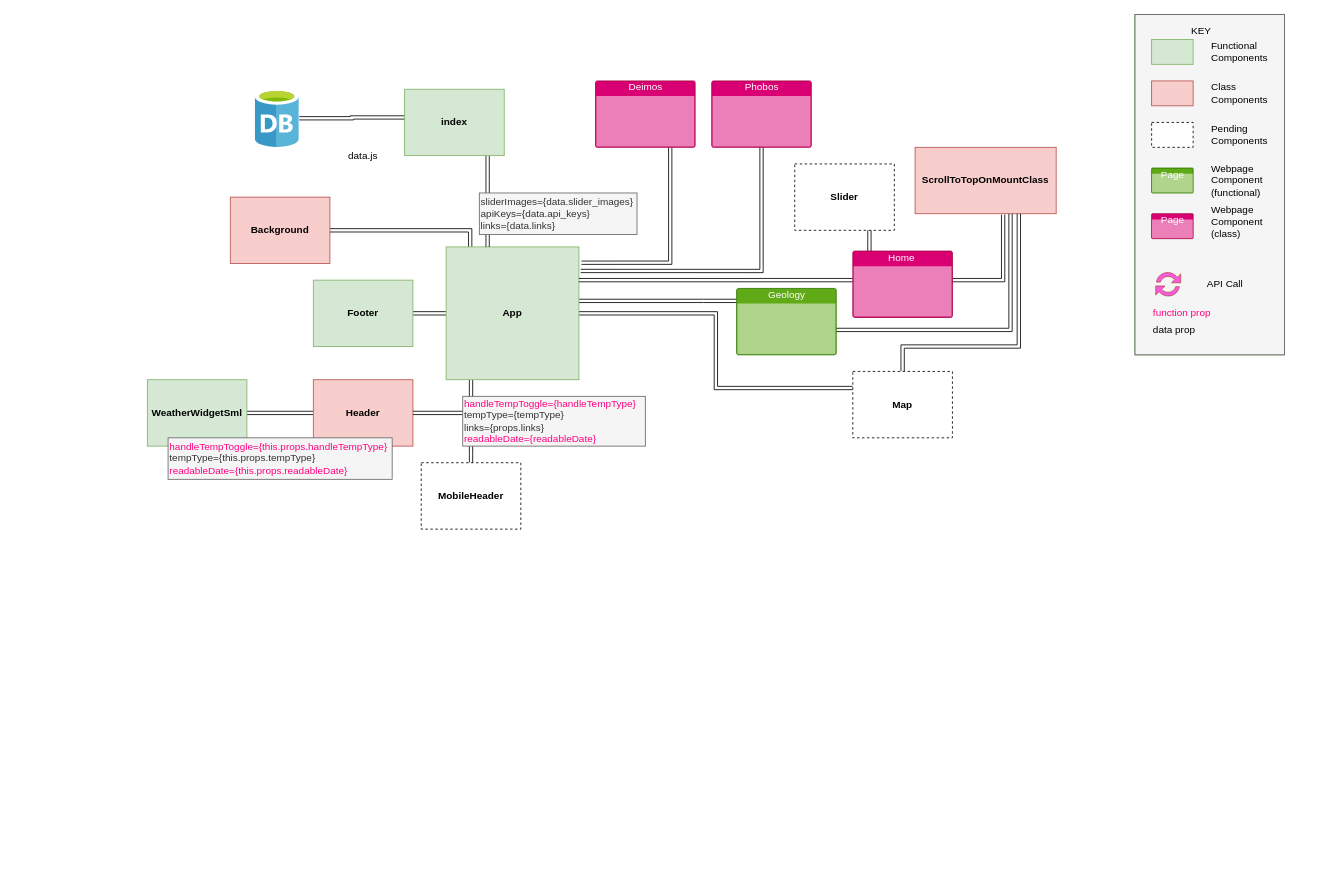
Above: project-planning/Untitled Diagram.drawio in joeyhutchinson/react-project-v2 (draw.io), before the change. Source tidied: cells renumbered, new cells numbered last; positions are measured from the earlier drawing's top-left corner, leaving out a move shared by most shapes. Both pictures are drawn from the tidied source at 83%, with x=0, y=0 at pixel (147, 14).
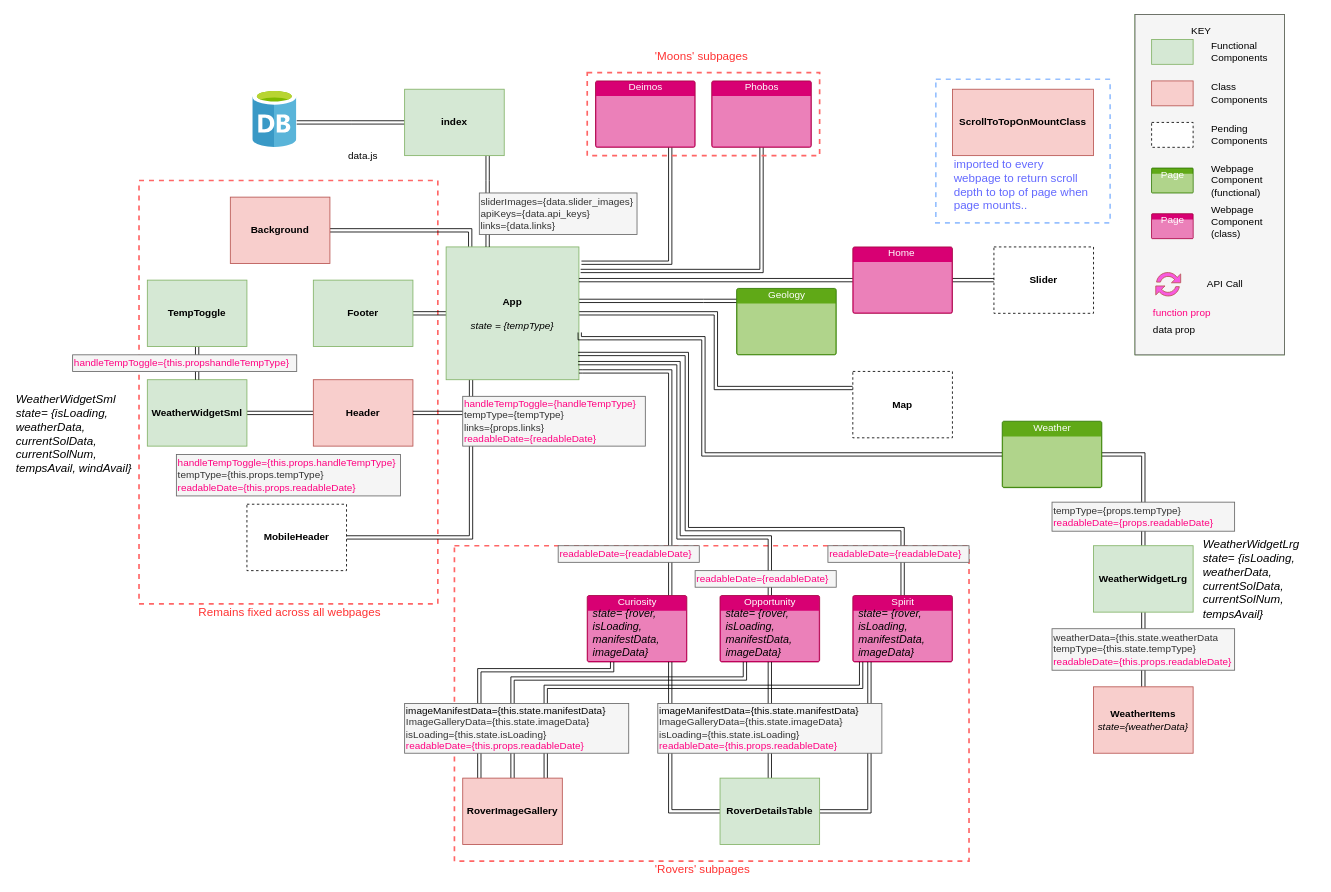
After the change.

Unchanged cells that the change refers to:
```xml
<mxCell id="12" value="WeatherWidgetSml" style="rounded=0;whiteSpace=wrap;html=1;strokeColor=#82b366;fillColor=#d5e8d4;align=center;fontStyle=1;" parent="1" vertex="1">
  <mxGeometry y="440" width="120" height="80" as="geometry" />
</mxCell>
<mxCell id="16" value="index" style="rounded=0;whiteSpace=wrap;html=1;strokeColor=#82b366;fillColor=#d5e8d4;align=center;fontStyle=1;" parent="1" vertex="1">
  <mxGeometry x="310" y="90" width="120" height="80" as="geometry" />
</mxCell>
<mxCell id="27" value="Geology" style="html=1;strokeColor=#2D7600;fillColor=#60a917;labelPosition=center;verticalLabelPosition=middle;verticalAlign=top;align=center;fontSize=12;outlineConnect=0;spacingTop=-6;shape=mxgraph.sitemap.page;fontColor=#ffffff;" parent="1" vertex="1">
  <mxGeometry x="710" y="330" width="120" height="80" as="geometry" />
</mxCell>
<mxCell id="29" value="&lt;b&gt;Map&lt;/b&gt;" style="rounded=0;whiteSpace=wrap;html=1;dashed=1;" parent="1" vertex="1">
  <mxGeometry x="850" y="430" width="120" height="80" as="geometry" />
</mxCell>
<mxCell id="30" style="group;fillColor=#60a917;strokeColor=#2D7600;fontColor=#ffffff;" parent="1" vertex="1">
  <mxGeometry x="1190" width="180" height="410" as="geometry" />
</mxCell>
```

Change to the diagram source:
```diff
@@
+    <mxCell id="54" style="rounded=0;whiteSpace=wrap;html=1;fillColor=none;align=left;dashed=1;strokeColor=#FF6666;strokeWidth=2;" parent="1" vertex="1">
+      <mxGeometry x="370" y="640" width="620" height="380" as="geometry" />
+    </mxCell>
+    <mxCell id="55" style="rounded=0;whiteSpace=wrap;html=1;fillColor=none;align=left;dashed=1;strokeColor=#FF6666;strokeWidth=2;" parent="1" vertex="1">
+      <mxGeometry x="-10" y="200" width="360" height="510" as="geometry" />
+    </mxCell>
-    <mxCell id="2" style="edgeStyle=orthogonalEdgeStyle;rounded=0;jettySize=auto;html=1;entryX=0.5;entryY=0;entryDx=0;entryDy=0;shape=link;" parent="1" edge="1" source="7" target="20">
+    <mxCell id="2" style="edgeStyle=orthogonalEdgeStyle;rounded=0;jettySize=auto;html=1;entryX=1;entryY=0.5;entryDx=0;entryDy=0;shape=link;" parent="1" edge="1" source="7" target="20">
       <mxGeometry relative="1" as="geometry">
         <Array as="points">
-          <mxPoint x="390" y="530" />
+          <mxPoint x="390" y="630" />
         </Array>
       </mxGeometry>
     </mxCell>
@@
-    <mxCell id="7" value="&lt;span&gt;App&lt;/span&gt;" style="whiteSpace=wrap;html=1;strokeColor=#82b366;fillColor=#d5e8d4;align=center;fontStyle=1;" parent="1" vertex="1">
+    <mxCell id="7" value="&lt;span&gt;App&lt;br&gt;&lt;br&gt;&lt;span style=&quot;font-weight: normal&quot;&gt;&lt;i&gt;state = {tempType}&lt;/i&gt;&lt;/span&gt;&lt;br&gt;&lt;/span&gt;" style="whiteSpace=wrap;html=1;strokeColor=#82b366;fillColor=#d5e8d4;align=center;fontStyle=1;" parent="1" vertex="1">
       <mxGeometry x="360" y="280" width="160" height="160" as="geometry" />
     </mxCell>
@@
-    <mxCell id="13" style="edgeStyle=orthogonalEdgeStyle;shape=link;rounded=0;jettySize=auto;html=1;strokeColor=#000000;fontColor=#3333FF;entryX=0.083;entryY=0.425;entryDx=0;entryDy=0;entryPerimeter=0;" parent="1" edge="1" source="14" target="16">
-      <mxGeometry relative="1" as="geometry" />
-    </mxCell>
     <mxCell id="14" style="html=1;points=[];align=center;image;fontSize=12;image=img/lib/mscae/Database_General.svg;strokeColor=#D642B8;fillColor=#F859DE;" parent="1" vertex="1">
-      <mxGeometry x="130" y="90" width="53" height="70" as="geometry" />
+      <mxGeometry x="127" y="90" width="53" height="70" as="geometry" />
     </mxCell>
@@
+    <mxCell id="56" style="edgeStyle=orthogonalEdgeStyle;shape=link;rounded=0;jettySize=auto;html=1;strokeColor=#000000;fontSize=14;fontColor=#FF3333;" parent="1" edge="1" source="16">
+      <mxGeometry relative="1" as="geometry">
+        <mxPoint x="180" y="130" as="targetPoint" />
+      </mxGeometry>
+    </mxCell>
@@
     <mxCell id="19" value="&lt;font color=&quot;#ff0080&quot;&gt;handleTempToggle={this.props.handleTempType}&lt;/font&gt;&lt;br&gt;tempType={this.props.tempType}&lt;br&gt;&lt;font color=&quot;#ff0080&quot;&gt;readableDate={this.props.readableDate}&lt;/font&gt;" style="text;html=1;strokeColor=#666666;fillColor=#f5f5f5;align=left;verticalAlign=middle;whiteSpace=wrap;rounded=0;fontColor=#333333;" parent="1" vertex="1">
-      <mxGeometry x="25" y="510" width="270" height="50" as="geometry" />
+      <mxGeometry x="35" y="530" width="270" height="50" as="geometry" />
     </mxCell>
     <mxCell id="20" value="&lt;b&gt;MobileHeader&lt;/b&gt;" style="rounded=0;whiteSpace=wrap;html=1;dashed=1;" parent="1" vertex="1">
-      <mxGeometry x="330" y="540" width="120" height="80" as="geometry" />
+      <mxGeometry x="120" y="590" width="120" height="80" as="geometry" />
     </mxCell>
@@
     <mxCell id="22" value="ScrollToTopOnMountClass" style="rounded=0;whiteSpace=wrap;html=1;strokeColor=#b85450;fillColor=#f8cecc;align=center;fontStyle=1;" parent="1" vertex="1">
-      <mxGeometry x="925" y="160" width="170" height="80" as="geometry" />
+      <mxGeometry x="970" y="90" width="170" height="80" as="geometry" />
     </mxCell>
-    <mxCell id="23" style="edgeStyle=orthogonalEdgeStyle;rounded=0;jettySize=auto;html=1;strokeColor=#000000;fontColor=#3333FF;entryX=0.624;entryY=1.013;entryDx=0;entryDy=0;entryPerimeter=0;shape=link;" parent="1" edge="1" source="25" target="22">
-      <mxGeometry relative="1" as="geometry">
-        <Array as="points">
-          <mxPoint x="1031" y="320" />
-        </Array>
-      </mxGeometry>
-    </mxCell>
@@
+    <mxCell id="52" style="edgeStyle=orthogonalEdgeStyle;shape=link;rounded=0;jettySize=auto;html=1;strokeColor=#000000;fontSize=14;fontColor=#6369FF;" parent="1" edge="1" source="25" target="51">
+      <mxGeometry relative="1" as="geometry" />
+    </mxCell>
     <mxCell id="25" value="Home&amp;nbsp;" style="html=1;strokeColor=#A50040;fillColor=#d80073;labelPosition=center;verticalLabelPosition=middle;verticalAlign=top;align=center;fontSize=12;outlineConnect=0;spacingTop=-6;shape=mxgraph.sitemap.page;fontColor=#ffffff;" parent="1" vertex="1">
-      <mxGeometry x="850" y="285" width="120" height="80" as="geometry" />
+      <mxGeometry x="850" y="280" width="120" height="80" as="geometry" />
     </mxCell>
-    <mxCell id="26" style="edgeStyle=orthogonalEdgeStyle;rounded=0;jettySize=auto;html=1;strokeColor=#000000;fontColor=#3333FF;shape=link;" parent="1" edge="1" source="27" target="22">
-      <mxGeometry relative="1" as="geometry">
-        <Array as="points">
-          <mxPoint x="1040" y="380" />
-        </Array>
-      </mxGeometry>
-    </mxCell>
@@
-    <mxCell id="28" style="edgeStyle=orthogonalEdgeStyle;shape=link;rounded=0;jettySize=auto;html=1;strokeColor=#000000;fontColor=#3333FF;" parent="1" edge="1" source="29" target="22">
-      <mxGeometry relative="1" as="geometry">
-        <Array as="points">
-          <mxPoint x="910" y="400" />
-          <mxPoint x="1050" y="400" />
-        </Array>
-      </mxGeometry>
-    </mxCell>
@@
+    <mxCell id="57" style="rounded=0;whiteSpace=wrap;html=1;fillColor=none;align=left;dashed=1;strokeColor=#96C0FF;strokeWidth=2;" parent="30" vertex="1">
+      <mxGeometry x="-240" y="78" width="210" height="173" as="geometry" />
+    </mxCell>
@@
     <mxCell id="51" value="&lt;b&gt;Slider&lt;/b&gt;" style="rounded=0;whiteSpace=wrap;html=1;dashed=1;" parent="1" vertex="1">
-      <mxGeometry x="780" y="180" width="120" height="80" as="geometry" />
+      <mxGeometry x="1020" y="280" width="120" height="80" as="geometry" />
     </mxCell>
-    <mxCell id="52" style="edgeStyle=orthogonalEdgeStyle;rounded=0;jettySize=auto;html=1;strokeColor=#000000;fontColor=#3333FF;shape=link;" parent="1" edge="1" source="25" target="51">
-      <mxGeometry relative="1" as="geometry">
-        <Array as="points">
-          <mxPoint x="870" y="270" />
-          <mxPoint x="870" y="270" />
-        </Array>
-      </mxGeometry>
-    </mxCell>
@@
+    <mxCell id="58" value="Remains fixed across all webpages" style="text;html=1;strokeColor=none;fillColor=none;align=left;verticalAlign=middle;whiteSpace=wrap;rounded=0;dashed=1;fontColor=#FF3333;fontSize=14;" parent="1" vertex="1">
+      <mxGeometry x="60" y="710" width="230" height="20" as="geometry" />
+    </mxCell>
+    <mxCell id="59" value="'Moons' subpages" style="text;html=1;strokeColor=none;fillColor=none;align=left;verticalAlign=middle;whiteSpace=wrap;rounded=0;dashed=1;fontColor=#FF3333;fontSize=14;" parent="1" vertex="1">
+      <mxGeometry x="610" y="40" width="130" height="20" as="geometry" />
+    </mxCell>
+    <mxCell id="60" style="edgeStyle=orthogonalEdgeStyle;shape=link;rounded=0;jettySize=auto;html=1;strokeColor=#000000;fontSize=14;fontColor=#FF3333;" parent="1" edge="1" source="61">
+      <mxGeometry relative="1" as="geometry">
+        <mxPoint x="520" y="430" as="targetPoint" />
+        <Array as="points">
+          <mxPoint x="630" y="430" />
+          <mxPoint x="524" y="430" />
+        </Array>
+      </mxGeometry>
+    </mxCell>
+    <mxCell id="61" value="Curiosity" style="html=1;strokeColor=#A50040;fillColor=#d80073;labelPosition=center;verticalLabelPosition=middle;verticalAlign=top;align=center;fontSize=12;outlineConnect=0;spacingTop=-6;shape=mxgraph.sitemap.page;fontColor=#ffffff;" parent="1" vertex="1">
+      <mxGeometry x="530" y="700" width="120" height="80" as="geometry" />
+    </mxCell>
+    <mxCell id="62" style="edgeStyle=orthogonalEdgeStyle;shape=link;rounded=0;jettySize=auto;html=1;strokeColor=#000000;fontSize=14;fontColor=#FF3333;entryX=0.994;entryY=0.875;entryDx=0;entryDy=0;entryPerimeter=0;exitX=0.5;exitY=0;exitDx=0;exitDy=0;exitPerimeter=0;" parent="1" edge="1" source="63" target="7">
+      <mxGeometry relative="1" as="geometry">
+        <Array as="points">
+          <mxPoint x="750" y="630" />
+          <mxPoint x="640" y="630" />
+          <mxPoint x="640" y="420" />
+        </Array>
+      </mxGeometry>
+    </mxCell>
+    <mxCell id="63" value="Opportunity" style="html=1;strokeColor=#A50040;fillColor=#d80073;labelPosition=center;verticalLabelPosition=middle;verticalAlign=top;align=center;fontSize=12;outlineConnect=0;spacingTop=-6;shape=mxgraph.sitemap.page;fontColor=#ffffff;" parent="1" vertex="1">
+      <mxGeometry x="690" y="700" width="120" height="80" as="geometry" />
+    </mxCell>
+    <mxCell id="64" style="edgeStyle=orthogonalEdgeStyle;shape=link;rounded=0;jettySize=auto;html=1;strokeColor=#000000;fontSize=14;fontColor=#FF3333;entryX=0.994;entryY=0.806;entryDx=0;entryDy=0;entryPerimeter=0;" parent="1" edge="1" source="65" target="7">
+      <mxGeometry relative="1" as="geometry">
+        <Array as="points">
+          <mxPoint x="910" y="620" />
+          <mxPoint x="650" y="620" />
+          <mxPoint x="650" y="409" />
+        </Array>
+      </mxGeometry>
+    </mxCell>
+    <mxCell id="65" value="Spirit" style="html=1;strokeColor=#A50040;fillColor=#d80073;labelPosition=center;verticalLabelPosition=middle;verticalAlign=top;align=center;fontSize=12;outlineConnect=0;spacingTop=-6;shape=mxgraph.sitemap.page;fontColor=#ffffff;" parent="1" vertex="1">
+      <mxGeometry x="850" y="700" width="120" height="80" as="geometry" />
+    </mxCell>
+    <mxCell id="66" value="&lt;font color=&quot;#ff0080&quot;&gt;readableDate={readableDate}&lt;/font&gt;" style="text;html=1;strokeColor=#666666;fillColor=#f5f5f5;align=left;verticalAlign=middle;whiteSpace=wrap;rounded=0;fontColor=#333333;" parent="1" vertex="1">
+      <mxGeometry x="495" y="640" width="170" height="20" as="geometry" />
+    </mxCell>
+    <mxCell id="67" value="&lt;font color=&quot;#ff0080&quot;&gt;readableDate={readableDate}&lt;/font&gt;" style="text;html=1;strokeColor=#666666;fillColor=#f5f5f5;align=left;verticalAlign=middle;whiteSpace=wrap;rounded=0;fontColor=#333333;" parent="1" vertex="1">
+      <mxGeometry x="660" y="670" width="170" height="20" as="geometry" />
+    </mxCell>
+    <mxCell id="68" value="&lt;font color=&quot;#ff0080&quot;&gt;readableDate={readableDate}&lt;/font&gt;" style="text;html=1;strokeColor=#666666;fillColor=#f5f5f5;align=left;verticalAlign=middle;whiteSpace=wrap;rounded=0;fontColor=#333333;" parent="1" vertex="1">
+      <mxGeometry x="820" y="640" width="170" height="20" as="geometry" />
+    </mxCell>
+    <mxCell id="69" style="edgeStyle=orthogonalEdgeStyle;shape=link;rounded=0;jettySize=auto;html=1;strokeColor=#000000;fontSize=14;fontColor=#FF3333;entryX=0.25;entryY=1;entryDx=0;entryDy=0;entryPerimeter=0;" parent="1" edge="1" source="72" target="61">
+      <mxGeometry relative="1" as="geometry">
+        <Array as="points">
+          <mxPoint x="400" y="790" />
+          <mxPoint x="560" y="790" />
+        </Array>
+      </mxGeometry>
+    </mxCell>
+    <mxCell id="70" style="edgeStyle=orthogonalEdgeStyle;shape=link;rounded=0;jettySize=auto;html=1;strokeColor=#000000;fontSize=14;fontColor=#FF3333;entryX=0.25;entryY=1;entryDx=0;entryDy=0;entryPerimeter=0;" parent="1" edge="1" source="72" target="63">
+      <mxGeometry relative="1" as="geometry">
+        <Array as="points">
+          <mxPoint x="440" y="800" />
+          <mxPoint x="720" y="800" />
+        </Array>
+      </mxGeometry>
+    </mxCell>
+    <mxCell id="71" style="edgeStyle=orthogonalEdgeStyle;shape=link;rounded=0;jettySize=auto;html=1;strokeColor=#000000;fontSize=14;fontColor=#FF3333;" parent="1" edge="1" source="72">
+      <mxGeometry relative="1" as="geometry">
+        <mxPoint x="860" y="780" as="targetPoint" />
+        <Array as="points">
+          <mxPoint x="480" y="810" />
+          <mxPoint x="860" y="810" />
+          <mxPoint x="860" y="780" />
+        </Array>
+      </mxGeometry>
+    </mxCell>
+    <mxCell id="72" value="RoverImageGallery" style="rounded=0;whiteSpace=wrap;html=1;strokeColor=#b85450;fillColor=#f8cecc;align=center;fontStyle=1;" parent="1" vertex="1">
+      <mxGeometry x="380" y="920" width="120" height="80" as="geometry" />
+    </mxCell>
+    <mxCell id="73" style="edgeStyle=orthogonalEdgeStyle;shape=link;rounded=0;jettySize=auto;html=1;strokeColor=#000000;fontSize=14;fontColor=#FF3333;" parent="1" edge="1" source="76" target="61">
+      <mxGeometry relative="1" as="geometry">
+        <Array as="points">
+          <mxPoint x="630" y="960" />
+        </Array>
+      </mxGeometry>
+    </mxCell>
+    <mxCell id="74" style="edgeStyle=orthogonalEdgeStyle;shape=link;rounded=0;jettySize=auto;html=1;strokeColor=#000000;fontSize=14;fontColor=#FF3333;" parent="1" edge="1" source="76" target="63">
+      <mxGeometry relative="1" as="geometry" />
+    </mxCell>
+    <mxCell id="75" style="edgeStyle=orthogonalEdgeStyle;shape=link;rounded=0;jettySize=auto;html=1;strokeColor=#000000;fontSize=14;fontColor=#FF3333;" parent="1" edge="1" source="76" target="65">
+      <mxGeometry relative="1" as="geometry">
+        <Array as="points">
+          <mxPoint x="870" y="960" />
+        </Array>
+      </mxGeometry>
+    </mxCell>
+    <mxCell id="76" value="RoverDetailsTable" style="rounded=0;whiteSpace=wrap;html=1;strokeColor=#82b366;fillColor=#d5e8d4;align=center;fontStyle=1;" parent="1" vertex="1">
+      <mxGeometry x="690" y="920" width="120" height="80" as="geometry" />
+    </mxCell>
+    <mxCell id="77" value="&lt;font color=&quot;#050505&quot;&gt;imageManifestData={this.state.manifestData}&lt;/font&gt;&lt;br&gt;ImageGalleryData={this.state.imageData}&lt;br&gt;isLoading={this.state.isLoading}&lt;br&gt;&lt;font color=&quot;#ff0080&quot;&gt;readableDate={this.props.readableDate}&lt;/font&gt;" style="text;html=1;strokeColor=#666666;fillColor=#f5f5f5;align=left;verticalAlign=middle;whiteSpace=wrap;rounded=0;fontColor=#333333;" parent="1" vertex="1">
+      <mxGeometry x="615" y="830" width="270" height="60" as="geometry" />
+    </mxCell>
+    <mxCell id="78" value="&lt;font color=&quot;#050505&quot;&gt;imageManifestData={this.state.manifestData}&lt;/font&gt;&lt;br&gt;ImageGalleryData={this.state.imageData}&lt;br&gt;isLoading={this.state.isLoading}&lt;br&gt;&lt;font color=&quot;#ff0080&quot;&gt;readableDate={this.props.readableDate}&lt;/font&gt;" style="text;html=1;strokeColor=#666666;fillColor=#f5f5f5;align=left;verticalAlign=middle;whiteSpace=wrap;rounded=0;fontColor=#333333;" parent="1" vertex="1">
+      <mxGeometry x="310" y="830" width="270" height="60" as="geometry" />
+    </mxCell>
+    <mxCell id="79" style="edgeStyle=orthogonalEdgeStyle;shape=link;rounded=0;jettySize=auto;html=1;strokeColor=#000000;fontSize=14;fontColor=#FF3333;entryX=1.006;entryY=0.644;entryDx=0;entryDy=0;entryPerimeter=0;" parent="1" edge="1" source="81" target="7">
+      <mxGeometry relative="1" as="geometry">
+        <Array as="points">
+          <mxPoint x="670" y="530" />
+          <mxPoint x="670" y="390" />
+          <mxPoint x="521" y="390" />
+        </Array>
+      </mxGeometry>
+    </mxCell>
+    <mxCell id="80" style="edgeStyle=orthogonalEdgeStyle;shape=link;rounded=0;jettySize=auto;html=1;strokeColor=#000000;fontSize=14;fontColor=#6369FF;entryX=0.5;entryY=0;entryDx=0;entryDy=0;" parent="1" edge="1" source="81" target="88">
+      <mxGeometry relative="1" as="geometry">
+        <Array as="points">
+          <mxPoint x="1200" y="530" />
+        </Array>
+      </mxGeometry>
+    </mxCell>
+    <mxCell id="81" value="Weather" style="html=1;strokeColor=#2D7600;fillColor=#60a917;labelPosition=center;verticalLabelPosition=middle;verticalAlign=top;align=center;fontSize=12;outlineConnect=0;spacingTop=-6;shape=mxgraph.sitemap.page;fontColor=#ffffff;" parent="1" vertex="1">
+      <mxGeometry x="1030" y="490" width="120" height="80" as="geometry" />
+    </mxCell>
+    <mxCell id="82" value="'Rovers' subpages" style="text;html=1;strokeColor=none;fillColor=none;align=left;verticalAlign=middle;whiteSpace=wrap;rounded=0;dashed=1;fontColor=#FF3333;fontSize=14;" parent="1" vertex="1">
+      <mxGeometry x="610" y="1020" width="125" height="20" as="geometry" />
+    </mxCell>
+    <mxCell id="83" value="imported to every webpage to return scroll depth to top of page when page mounts.." style="text;html=1;strokeColor=none;fillColor=none;align=left;verticalAlign=middle;whiteSpace=wrap;rounded=0;dashed=1;fontColor=#6369FF;fontSize=14;" parent="1" vertex="1">
+      <mxGeometry x="970" y="170" width="170" height="70" as="geometry" />
+    </mxCell>
+    <mxCell id="84" style="edgeStyle=orthogonalEdgeStyle;shape=link;rounded=0;jettySize=auto;html=1;strokeColor=#000000;fontSize=14;fontColor=#6369FF;" parent="1" edge="1" source="85" target="12">
+      <mxGeometry relative="1" as="geometry" />
+    </mxCell>
+    <mxCell id="85" value="TempToggle" style="rounded=0;whiteSpace=wrap;html=1;strokeColor=#82b366;fillColor=#d5e8d4;align=center;fontStyle=1;" parent="1" vertex="1">
+      <mxGeometry y="320" width="120" height="80" as="geometry" />
+    </mxCell>
+    <mxCell id="86" value="&lt;font color=&quot;#ff0080&quot;&gt;handleTempToggle={this.propshandleTempType}&lt;/font&gt;" style="text;html=1;strokeColor=#666666;fillColor=#f5f5f5;align=left;verticalAlign=middle;whiteSpace=wrap;rounded=0;fontColor=#333333;" parent="1" vertex="1">
+      <mxGeometry x="-90" y="410" width="270" height="20" as="geometry" />
+    </mxCell>
+    <mxCell id="87" style="edgeStyle=orthogonalEdgeStyle;shape=link;rounded=0;jettySize=auto;html=1;strokeColor=#000000;fontSize=14;fontColor=#6369FF;entryX=0.5;entryY=0;entryDx=0;entryDy=0;" parent="1" edge="1" source="88" target="90">
+      <mxGeometry relative="1" as="geometry" />
+    </mxCell>
+    <mxCell id="88" value="WeatherWidgetLrg" style="rounded=0;whiteSpace=wrap;html=1;strokeColor=#82b366;fillColor=#d5e8d4;align=center;fontStyle=1;" parent="1" vertex="1">
+      <mxGeometry x="1140" y="640" width="120" height="80" as="geometry" />
+    </mxCell>
+    <mxCell id="89" value="tempType={props.tempType}&lt;br&gt;&lt;font color=&quot;#ff0080&quot;&gt;readableDate={props.readableDate}&lt;/font&gt;" style="text;html=1;strokeColor=#666666;fillColor=#f5f5f5;align=left;verticalAlign=middle;whiteSpace=wrap;rounded=0;fontColor=#333333;" parent="1" vertex="1">
+      <mxGeometry x="1090" y="587.5" width="220" height="35" as="geometry" />
+    </mxCell>
+    <mxCell id="90" value="WeatherItems&lt;br&gt;&lt;span style=&quot;font-weight: normal&quot;&gt;&lt;i&gt;state={weatherData}&lt;/i&gt;&lt;/span&gt;" style="rounded=0;whiteSpace=wrap;html=1;strokeColor=#b85450;fillColor=#f8cecc;align=center;fontStyle=1;" parent="1" vertex="1">
+      <mxGeometry x="1140" y="810" width="120" height="80" as="geometry" />
+    </mxCell>
+    <mxCell id="91" value="weatherData={this.state.weatherData&lt;br&gt;tempType={this.state.tempType}&lt;br&gt;&lt;font color=&quot;#ff0080&quot;&gt;readableDate={this.props.readableDate}&lt;/font&gt;" style="text;html=1;strokeColor=#666666;fillColor=#f5f5f5;align=left;verticalAlign=middle;whiteSpace=wrap;rounded=0;fontColor=#333333;" parent="1" vertex="1">
+      <mxGeometry x="1090" y="740" width="220" height="50" as="geometry" />
+    </mxCell>
+    <mxCell id="92" style="rounded=0;whiteSpace=wrap;html=1;fillColor=none;align=left;dashed=1;strokeColor=#FF6666;strokeWidth=2;" parent="1" vertex="1">
+      <mxGeometry x="530" y="70" width="280" height="100" as="geometry" />
+    </mxCell>
+    <mxCell id="93" value="WeatherWidgetSml&amp;nbsp;&lt;br&gt;state= {isLoading, weatherData, currentSolData, currentSolNum,&lt;br&gt;tempsAvail, windAvail}" style="text;html=1;strokeColor=none;fillColor=none;align=left;verticalAlign=middle;whiteSpace=wrap;rounded=0;dashed=1;fontSize=14;fontColor=#000000;fontStyle=2;" parent="1" vertex="1">
+      <mxGeometry x="-160" y="440" width="180" height="130" as="geometry" />
+    </mxCell>
+    <mxCell id="94" value="WeatherWidgetLrg&amp;nbsp;&lt;br&gt;state= {isLoading, weatherData, currentSolData, currentSolNum,&lt;br&gt;tempsAvail}" style="text;html=1;strokeColor=none;fillColor=none;align=left;verticalAlign=middle;whiteSpace=wrap;rounded=0;dashed=1;fontSize=14;fontColor=#000000;fontStyle=2;" parent="1" vertex="1">
+      <mxGeometry x="1270" y="615" width="140" height="130" as="geometry" />
+    </mxCell>
+    <mxCell id="95" value="state= {rover, isLoading, manifestData, imageData}" style="text;html=1;strokeColor=none;fillColor=none;align=left;verticalAlign=middle;whiteSpace=wrap;rounded=0;dashed=1;fontSize=13;fontColor=#000000;fontStyle=2;" parent="1" vertex="1">
+      <mxGeometry x="535" y="710" width="110" height="70" as="geometry" />
+    </mxCell>
+    <mxCell id="96" value="state= {rover, isLoading, manifestData, imageData}" style="text;html=1;strokeColor=none;fillColor=none;align=left;verticalAlign=middle;whiteSpace=wrap;rounded=0;dashed=1;fontSize=13;fontColor=#000000;fontStyle=2;" parent="1" vertex="1">
+      <mxGeometry x="695" y="710" width="110" height="70" as="geometry" />
+    </mxCell>
+    <mxCell id="97" value="state= {rover, isLoading, manifestData, imageData}" style="text;html=1;strokeColor=none;fillColor=none;align=left;verticalAlign=middle;whiteSpace=wrap;rounded=0;dashed=1;fontSize=13;fontColor=#000000;fontStyle=2;" parent="1" vertex="1">
+      <mxGeometry x="855" y="710" width="110" height="70" as="geometry" />
+    </mxCell>
```
